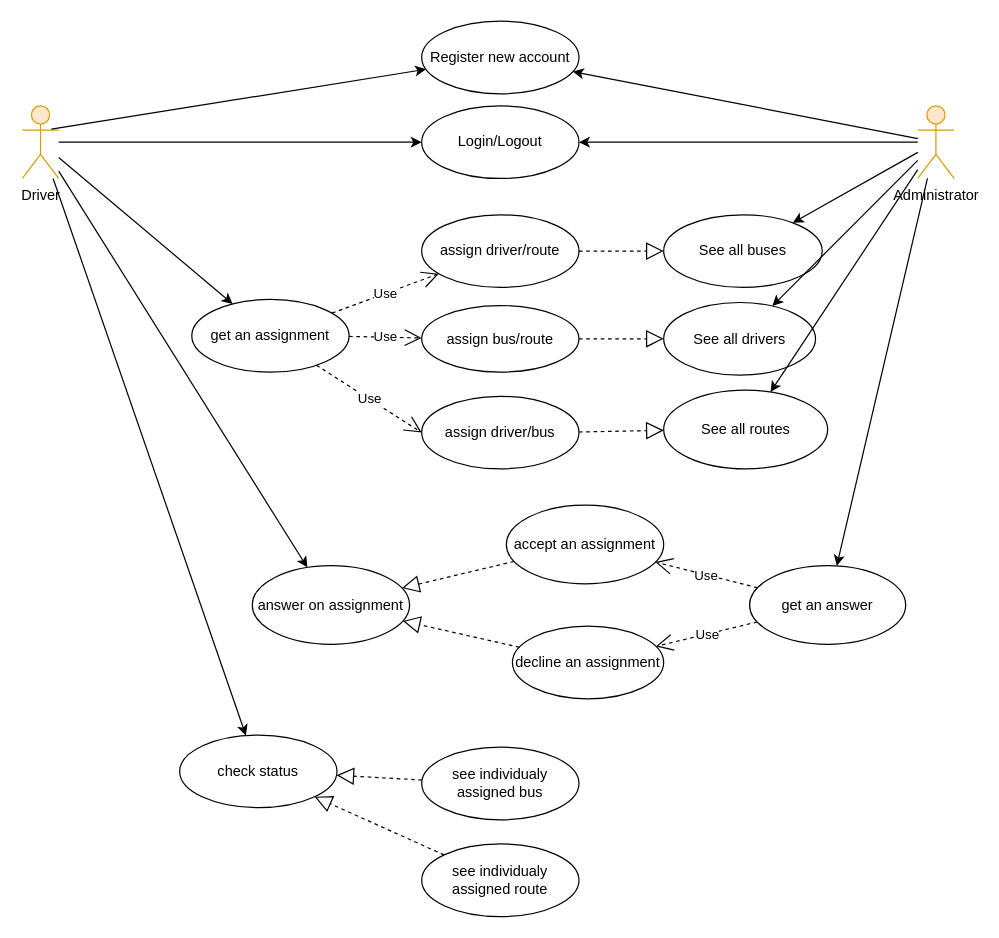
Before: doc/Mbbusbase Diagram v1.0.drawio in MaxiimRandob/MBBusBase, a draw.io diagram. Source tidied: cells renumbered, new cells numbered last; positions are measured from the earlier drawing's top-left corner, leaving out a move shared by most shapes. Both pictures are drawn from the tidied source at 121%, with x=0, y=0 at pixel (22, 21).
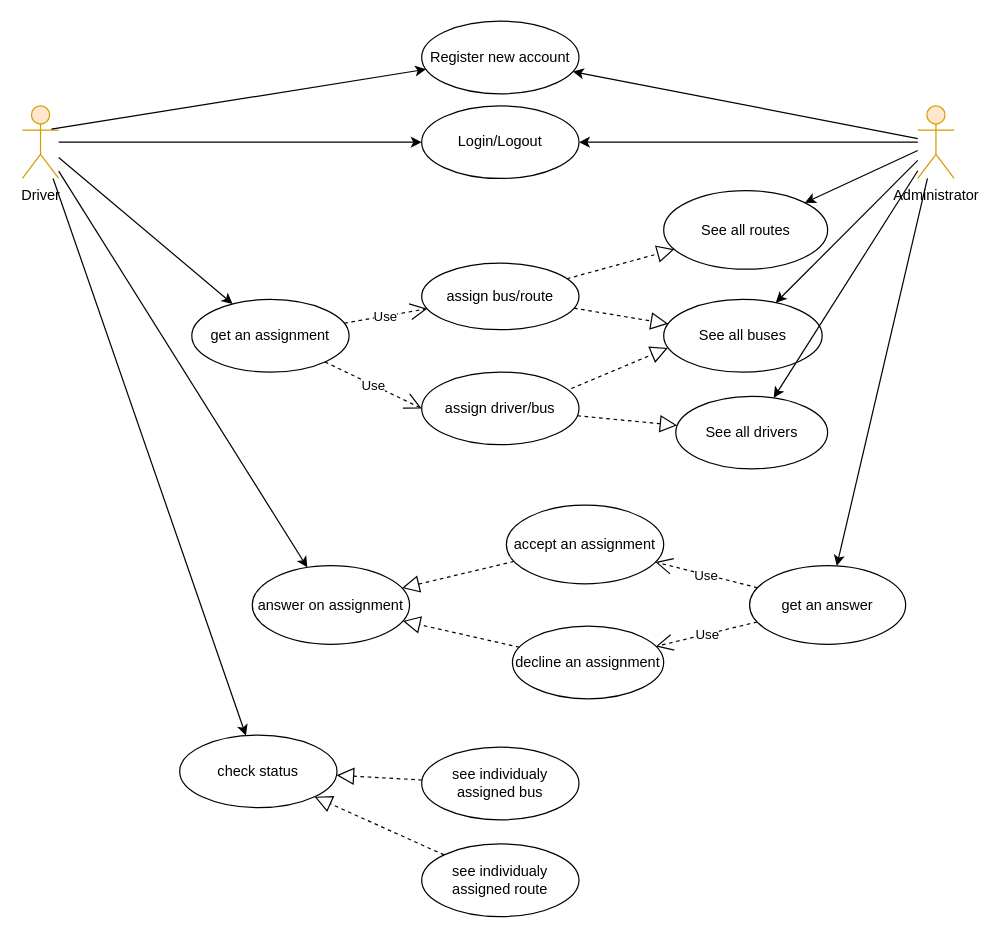
The same page after the edit.

Commit message (it also covers changes not shown here):
diagram modification

The change refers to these unchanged cells:
```xml
<mxCell id="22" value="get an assignment" style="ellipse;whiteSpace=wrap;html=1;" parent="1" vertex="1">
  <mxGeometry x="140" y="230" width="130" height="60" as="geometry" />
</mxCell>
```

The edit, as a diff of the source:
```diff
@@
     <mxCell id="10" value="See all buses" style="ellipse;whiteSpace=wrap;html=1;" parent="1" vertex="1">
-      <mxGeometry x="530" y="160" width="131" height="60" as="geometry" />
+      <mxGeometry x="530" y="230" width="131" height="60" as="geometry" />
     </mxCell>
@@
     <mxCell id="12" value="See all drivers" style="ellipse;whiteSpace=wrap;html=1;" parent="1" vertex="1">
-      <mxGeometry x="530" y="232.5" width="125.5" height="60" as="geometry" />
+      <mxGeometry x="540" y="310" width="125.5" height="60" as="geometry" />
     </mxCell>
     <mxCell id="13" value="See all routes" style="ellipse;whiteSpace=wrap;html=1;" parent="1" vertex="1">
-      <mxGeometry x="530" y="305" width="135.5" height="65" as="geometry" />
+      <mxGeometry x="530" y="140" width="135.5" height="65" as="geometry" />
     </mxCell>
-    <mxCell id="14" value="assign driver/route" style="ellipse;whiteSpace=wrap;html=1;" parent="1" vertex="1">
-      <mxGeometry x="330" y="160" width="130" height="60" as="geometry" />
-    </mxCell>
-    <mxCell id="15" style="endArrow=block;dashed=1;endFill=0;endSize=12;html=1;" parent="1" edge="1" source="14" target="10">
-      <mxGeometry relative="1" as="geometry" />
-    </mxCell>
     <mxCell id="16" value="assign bus/route" style="ellipse;whiteSpace=wrap;html=1;" parent="1" vertex="1">
-      <mxGeometry x="330" y="235" width="130" height="55" as="geometry" />
+      <mxGeometry x="330" y="200" width="130" height="55" as="geometry" />
     </mxCell>
-    <mxCell id="17" style="endArrow=block;dashed=1;endFill=0;endSize=12;html=1;" parent="1" edge="1" source="16" target="12">
+    <mxCell id="17" style="endArrow=block;dashed=1;endFill=0;endSize=12;html=1;" parent="1" edge="1" source="16" target="10">
       <mxGeometry relative="1" as="geometry" />
     </mxCell>
     <mxCell id="18" value="assign driver/bus" style="ellipse;whiteSpace=wrap;html=1;" parent="1" vertex="1">
-      <mxGeometry x="330" y="310" width="130" height="60" as="geometry" />
+      <mxGeometry x="330" y="290" width="130" height="60" as="geometry" />
     </mxCell>
-    <mxCell id="19" style="endArrow=block;dashed=1;endFill=0;endSize=12;html=1;" parent="1" edge="1" source="18" target="13">
+    <mxCell id="19" style="endArrow=block;dashed=1;endFill=0;endSize=12;html=1;" parent="1" edge="1" source="18" target="12">
       <mxGeometry relative="1" as="geometry" />
     </mxCell>
@@
-    <mxCell id="23" value="Use" style="endArrow=open;endSize=12;dashed=1;html=1;" parent="1" edge="1" source="22" target="14">
-      <mxGeometry relative="1" as="geometry" />
-    </mxCell>
@@
+    <mxCell id="43" style="endArrow=block;dashed=1;endFill=0;endSize=12;html=1;" parent="1" edge="1" source="16" target="13">
+      <mxGeometry relative="1" as="geometry" />
+    </mxCell>
+    <mxCell id="44" style="endArrow=block;dashed=1;endFill=0;endSize=12;html=1;entryX=0.027;entryY=0.667;entryDx=0;entryDy=0;entryPerimeter=0;exitX=0.951;exitY=0.227;exitDx=0;exitDy=0;exitPerimeter=0;" parent="1" edge="1" source="18" target="10">
+      <mxGeometry relative="1" as="geometry" />
+    </mxCell>
```
